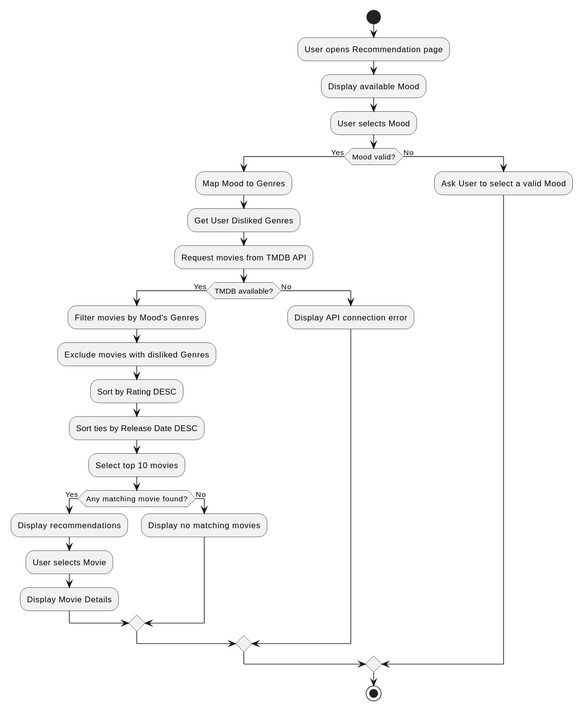
Before: docs/diagrams/svg/07_activity.svg, a diagram exported from PlantUML (YathichaC/movie-mood).
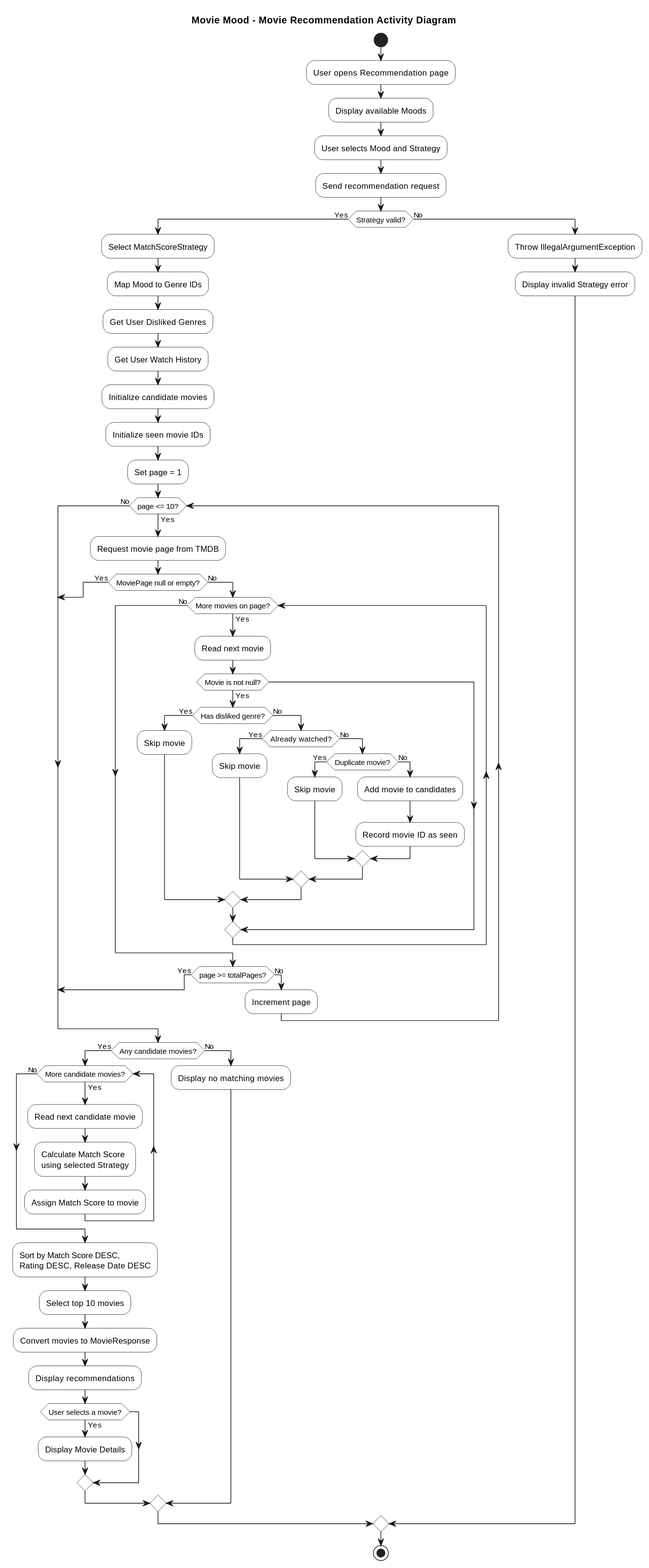
Later version of the same file.

The edit, as a diff of the source:
```diff
@@ -1,46 +1,100 @@
 @startuml
+title Movie Mood - Movie Recommendation Activity Diagram
+
+skinparam shadowing false
+skinparam activity {
+    BackgroundColor White
+    BorderColor Black
+    DiamondBackgroundColor White
+    DiamondBorderColor Black
+}
+
 start
 
 :User opens Recommendation page;
-:Display available Mood;
-:User selects Mood;
+:Display available Moods;
+:User selects Mood and Strategy;
+:Send recommendation request;
 
-if (Mood valid?) then (Yes)
+if (Strategy valid?) then (Yes)
 
-    :Map Mood to Genres;
+    :Select MatchScoreStrategy;
+    :Map Mood to Genre IDs;
     :Get User Disliked Genres;
-    :Request movies from TMDB API;
+    :Get User Watch History;
 
-    if (TMDB available?) then (Yes)
+    :Initialize candidate movies;
+    :Initialize seen movie IDs;
+    :Set page = 1;
 
-        :Filter movies by Mood's Genres;
-        :Exclude movies with disliked Genres;
-        :Sort by Rating DESC;
-        :Sort ties by Release Date DESC;
-        :Select top 10 movies;
+    while (page <= 10?) is (Yes)
 
-        if (Any matching movie found?) then (Yes)
+        :Request movie page from TMDB;
 
-            :Display recommendations;
-            :User selects Movie;
-            :Display Movie Details;
-
+        if (MoviePage null or empty?) then (Yes)
+            break
         else (No)
 
-            :Display no matching movies;
+            while (More movies on page?) is (Yes)
+                :Read next movie;
+
+                if (Movie is not null?) then (Yes)
+
+                    if (Has disliked genre?) then (Yes)
+                        :Skip movie;
+                    else (No)
+
+                        if (Already watched?) then (Yes)
+                            :Skip movie;
+                        else (No)
+
+                            if (Duplicate movie?) then (Yes)
+                                :Skip movie;
+                            else (No)
+                                :Add movie to candidates;
+                                :Record movie ID as seen;
+                            endif
+
+                        endif
+                    endif
+                endif
+
+            endwhile (No)
+
+            if (page >= totalPages?) then (Yes)
+                break
+            else (No)
+                :Increment page;
+            endif
 
         endif
 
+    endwhile (No)
+
+    if (Any candidate movies?) then (Yes)
+
+        while (More candidate movies?) is (Yes)
+            :Read next candidate movie;
+            :Calculate Match Score\nusing selected Strategy;
+            :Assign Match Score to movie;
+        endwhile (No)
+
+        :Sort by Match Score DESC,\nRating DESC, Release Date DESC;
+        :Select top 10 movies;
+        :Convert movies to MovieResponse;
+        :Display recommendations;
+
+        if (User selects a movie?) then (Yes)
+            :Display Movie Details;
+        endif
+
     else (No)
-
-        :Display API connection error;
-
+        :Display no matching movies;
     endif
 
 else (No)
-
-    :Ask User to select a valid Mood;
-
+    :Throw IllegalArgumentException;
+    :Display invalid Strategy error;
 endif
 
 stop
```
